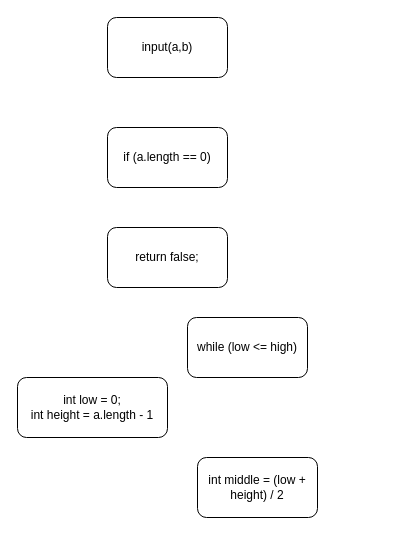
This is sw6367-hw03.drawio from kntnguyen94/To-Do-List-Builder, a draw.io file, before an edit. Source tidied: cells renumbered, new cells numbered last; positions are measured from the earlier drawing's top-left corner, leaving out a move shared by most shapes. Both pictures are drawn from the tidied source at 100%, with x=0, y=0 at pixel (17, 17).
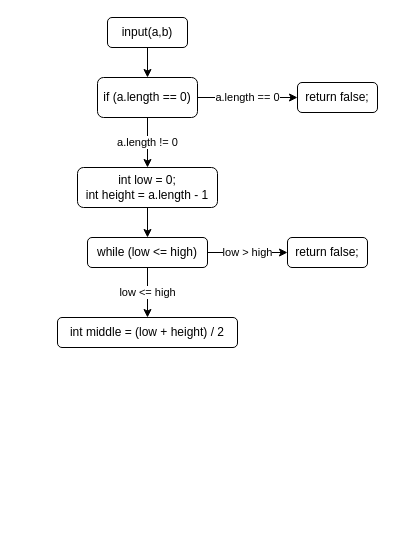
After the change.

Change to the diagram source:
```diff
@@
 <mxGraphModel>
   <root>
     <mxCell id="0" />
     <mxCell id="1" parent="0" />
     <mxCell id="2" value="input(a,b)" style="rounded=1;whiteSpace=wrap;html=1;" parent="1" vertex="1">
-      <mxGeometry x="90" width="120" height="60" as="geometry" />
+      <mxGeometry x="90" width="80" height="30" as="geometry" />
     </mxCell>
     <mxCell id="3" value="if (a.length == 0)" style="rounded=1;whiteSpace=wrap;html=1;" parent="1" vertex="1">
-      <mxGeometry x="90" y="110" width="120" height="60" as="geometry" />
+      <mxGeometry x="80" y="60" width="100" height="40" as="geometry" />
     </mxCell>
     <mxCell id="4" value="return false;" style="rounded=1;whiteSpace=wrap;html=1;" parent="1" vertex="1">
-      <mxGeometry x="90" y="210" width="120" height="60" as="geometry" />
+      <mxGeometry x="280" y="65" width="80" height="30" as="geometry" />
     </mxCell>
     <mxCell id="5" value="int low = 0;&lt;br&gt;int height = a.length - 1" style="rounded=1;whiteSpace=wrap;html=1;" parent="1" vertex="1">
-      <mxGeometry y="360" width="150" height="60" as="geometry" />
+      <mxGeometry x="60" y="150" width="140" height="40" as="geometry" />
     </mxCell>
     <mxCell id="6" value="while (low &amp;lt;= high)" style="rounded=1;whiteSpace=wrap;html=1;" parent="1" vertex="1">
-      <mxGeometry x="170" y="300" width="120" height="60" as="geometry" />
+      <mxGeometry x="70" y="220" width="120" height="30" as="geometry" />
     </mxCell>
     <mxCell id="7" value="int middle = (low + height) / 2" style="rounded=1;whiteSpace=wrap;html=1;" parent="1" vertex="1">
-      <mxGeometry x="180" y="440" width="120" height="60" as="geometry" />
+      <mxGeometry x="40" y="300" width="180" height="30" as="geometry" />
     </mxCell>
+    <mxCell id="8" style="endArrow=classic;html=1;exitX=0.5;exitY=1;exitDx=0;exitDy=0;entryX=0.5;entryY=0;entryDx=0;entryDy=0;" parent="1" edge="1" source="2" target="3">
+      <mxGeometry relative="1" as="geometry" />
+    </mxCell>
+    <mxCell id="9" value="a.length == 0" style="endArrow=classic;html=1;exitX=1;exitY=0.5;exitDx=0;exitDy=0;entryX=0;entryY=0.5;entryDx=0;entryDy=0;" parent="1" edge="1" source="3" target="4">
+      <mxGeometry relative="1" as="geometry" />
+    </mxCell>
+    <mxCell id="10" value="a.length != 0" style="endArrow=classic;html=1;exitX=0.5;exitY=1;exitDx=0;exitDy=0;entryX=0.5;entryY=0;entryDx=0;entryDy=0;" parent="1" edge="1" source="3" target="5">
+      <mxGeometry relative="1" as="geometry" />
+    </mxCell>
+    <mxCell id="11" style="endArrow=classic;html=1;exitX=0.5;exitY=1;exitDx=0;exitDy=0;" parent="1" edge="1" source="5">
+      <mxGeometry relative="1" as="geometry">
+        <mxPoint x="130" y="220" as="targetPoint" />
+      </mxGeometry>
+    </mxCell>
+    <mxCell id="12" value="low &amp;lt;= high" style="endArrow=classic;html=1;exitX=0.5;exitY=1;exitDx=0;exitDy=0;entryX=0.5;entryY=0;entryDx=0;entryDy=0;" parent="1" edge="1" source="6" target="7">
+      <mxGeometry relative="1" as="geometry" />
+    </mxCell>
+    <mxCell id="13" value="return false;" style="rounded=1;whiteSpace=wrap;html=1;" parent="1" vertex="1">
+      <mxGeometry x="270" y="220" width="80" height="30" as="geometry" />
+    </mxCell>
+    <mxCell id="14" value="low &amp;gt; high" style="endArrow=classic;html=1;exitX=1;exitY=0.5;exitDx=0;exitDy=0;" parent="1" edge="1" source="6" target="13">
+      <mxGeometry relative="1" as="geometry" />
+    </mxCell>
   </root>
 </mxGraphModel>
```
